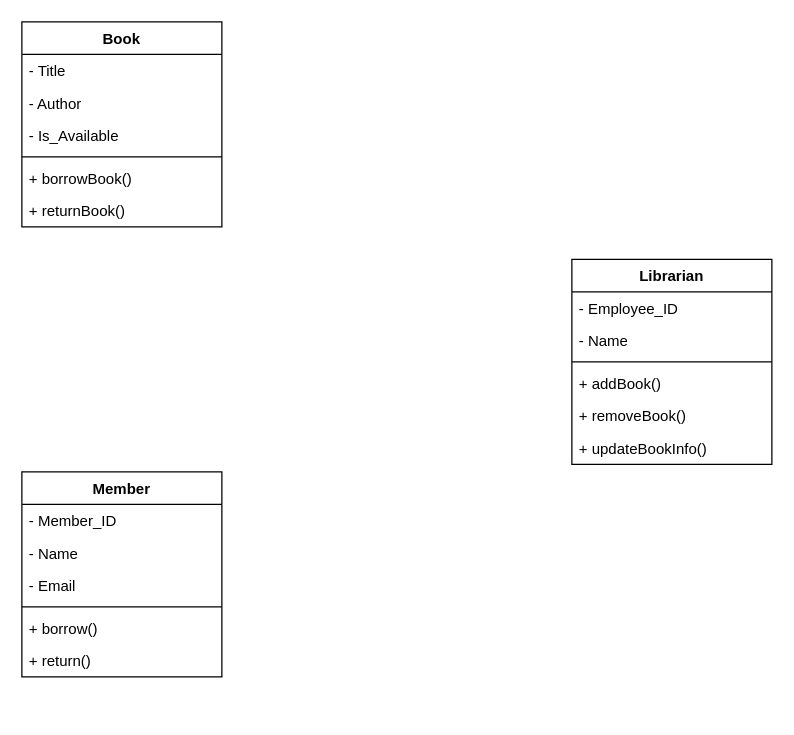
This is page "Page-1" (1 of 2) of lecture quizes/Lecture 13 quiz.drawio from orchlonn/CS-380, a draw.io file, before an edit. Source tidied: cells renumbered, new cells numbered last; positions are measured from the earlier drawing's top-left corner, leaving out a move shared by most shapes. Both pictures are drawn from the tidied source at 125%, with x=0, y=0 at pixel (21, 21).
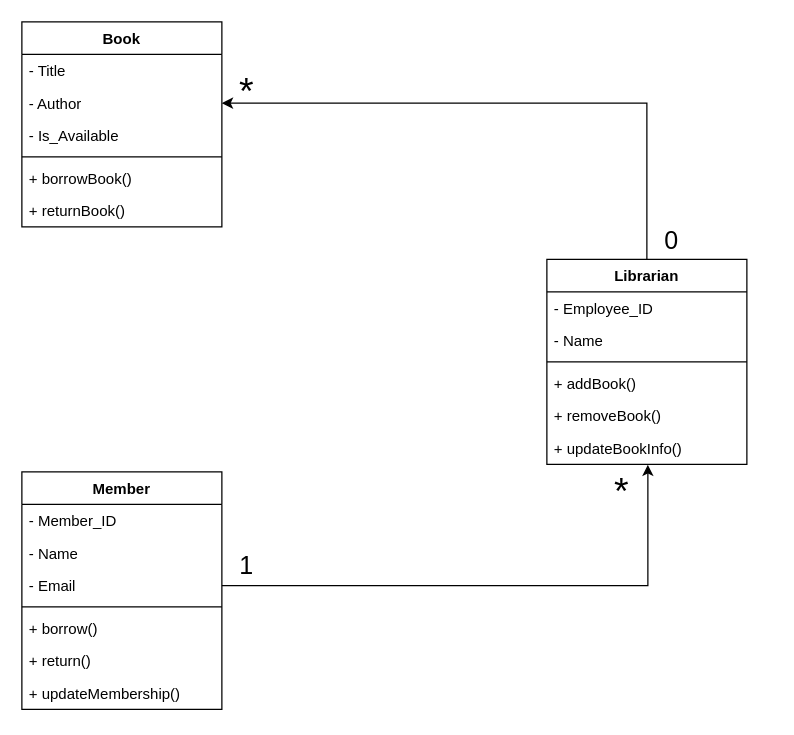
After the change.

Commit message:
lecture quiz 13-b is finished

Unchanged cells that the change refers to:
```xml
<mxCell id="4" value="- Author" style="text;strokeColor=none;fillColor=none;align=left;verticalAlign=top;spacingLeft=4;spacingRight=4;overflow=hidden;points=[[0,0.5],[1,0.5]];portConstraint=eastwest;whiteSpace=wrap;html=1;" parent="2" vertex="1">
  <mxGeometry y="52" width="160" height="26" as="geometry" />
</mxCell>
<mxCell id="12" value="- Email" style="text;strokeColor=none;fillColor=none;align=left;verticalAlign=top;spacingLeft=4;spacingRight=4;overflow=hidden;points=[[0,0.5],[1,0.5]];portConstraint=eastwest;whiteSpace=wrap;html=1;" parent="9" vertex="1">
  <mxGeometry y="78" width="160" height="26" as="geometry" />
</mxCell>
<mxCell id="22" value="+ updateBookInfo()" style="text;strokeColor=none;fillColor=none;align=left;verticalAlign=top;spacingLeft=4;spacingRight=4;overflow=hidden;points=[[0,0.5],[1,0.5]];portConstraint=eastwest;whiteSpace=wrap;html=1;" parent="16" vertex="1">
  <mxGeometry y="138" width="160" height="26" as="geometry" />
</mxCell>
```

What changed in the source:
```diff
@@
     <mxCell id="9" value="Member" style="swimlane;fontStyle=1;align=center;verticalAlign=top;horizontal=1;startSize=26;whiteSpace=wrap;html=1;" parent="1" vertex="1">
-      <mxGeometry y="360" width="160" height="164" as="geometry" />
+      <mxGeometry y="360" width="160" height="190" as="geometry" />
     </mxCell>
@@
+    <mxCell id="23" value="+ return()" style="text;strokeColor=none;fillColor=none;align=left;verticalAlign=top;spacingLeft=4;spacingRight=4;overflow=hidden;whiteSpace=wrap;html=1;" parent="9" vertex="1">
+      <mxGeometry y="138" width="160" height="26" as="geometry" />
+    </mxCell>
-    <mxCell id="15" value="+ return()" style="text;strokeColor=none;fillColor=none;align=left;verticalAlign=top;spacingLeft=4;spacingRight=4;overflow=hidden;whiteSpace=wrap;html=1;" parent="9" vertex="1">
-      <mxGeometry y="138" width="160" height="26" as="geometry" />
+    <mxCell id="15" value="+ updateMembership()" style="text;strokeColor=none;fillColor=none;align=left;verticalAlign=top;spacingLeft=4;spacingRight=4;overflow=hidden;whiteSpace=wrap;html=1;" parent="9" vertex="1">
+      <mxGeometry y="164" width="160" height="26" as="geometry" />
     </mxCell>
+    <mxCell id="24" style="edgeStyle=orthogonalEdgeStyle;rounded=0;jettySize=auto;html=1;entryX=1;entryY=0.5;entryDx=0;entryDy=0;" parent="1" edge="1" source="16" target="4">
+      <mxGeometry relative="1" as="geometry" />
+    </mxCell>
     <mxCell id="16" value="Librarian" style="swimlane;fontStyle=1;align=center;verticalAlign=top;horizontal=1;startSize=26;whiteSpace=wrap;html=1;" parent="1" vertex="1">
-      <mxGeometry x="440" y="190" width="160" height="164" as="geometry" />
+      <mxGeometry x="420" y="190" width="160" height="164" as="geometry" />
     </mxCell>
@@
+    <mxCell id="25" style="edgeStyle=orthogonalEdgeStyle;rounded=0;jettySize=auto;html=1;entryX=0.505;entryY=1.014;entryDx=0;entryDy=0;entryPerimeter=0;" parent="1" edge="1" source="12" target="22">
+      <mxGeometry relative="1" as="geometry" />
+    </mxCell>
+    <mxCell id="26" value="&lt;font style=&quot;font-size: 30px;&quot;&gt;*&lt;/font&gt;" style="text;html=1;whiteSpace=wrap;strokeColor=none;fillColor=none;align=center;verticalAlign=middle;rounded=0;" parent="1" vertex="1">
+      <mxGeometry x="450" y="370" width="60" height="10" as="geometry" />
+    </mxCell>
+    <mxCell id="27" value="&lt;font style=&quot;font-size: 20px;&quot;&gt;1&lt;/font&gt;" style="text;html=1;whiteSpace=wrap;strokeColor=none;fillColor=none;align=center;verticalAlign=middle;rounded=0;" parent="1" vertex="1">
+      <mxGeometry x="150" y="430" width="60" height="7" as="geometry" />
+    </mxCell>
+    <mxCell id="28" value="&lt;font style=&quot;font-size: 30px;&quot;&gt;*&lt;/font&gt;" style="text;html=1;whiteSpace=wrap;strokeColor=none;fillColor=none;align=center;verticalAlign=middle;rounded=0;" parent="1" vertex="1">
+      <mxGeometry x="150" y="50" width="60" height="10" as="geometry" />
+    </mxCell>
+    <mxCell id="29" value="&lt;font style=&quot;font-size: 20px;&quot;&gt;0&lt;/font&gt;" style="text;html=1;whiteSpace=wrap;strokeColor=none;fillColor=none;align=center;verticalAlign=middle;rounded=0;" parent="1" vertex="1">
+      <mxGeometry x="490" y="170" width="60" height="7" as="geometry" />
+    </mxCell>
```
